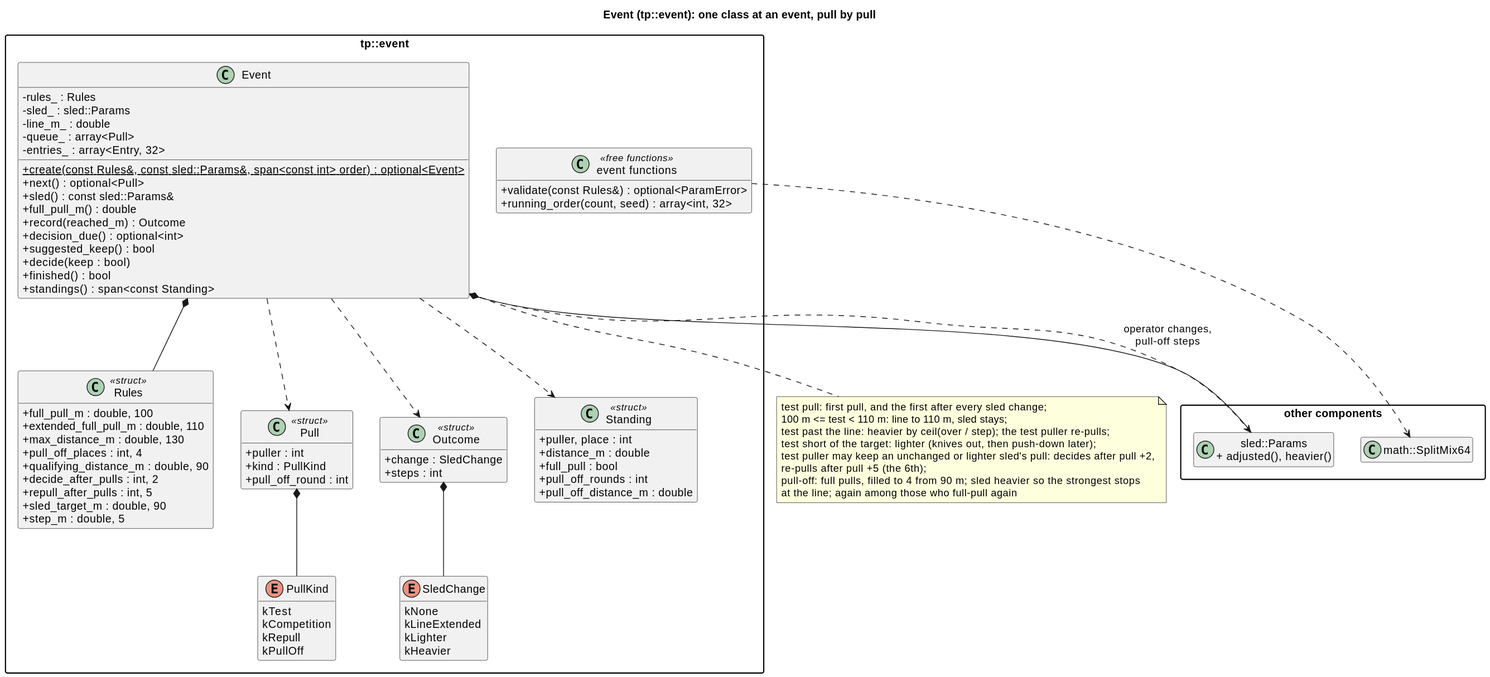
This is docs/diagrams/svg/event_classes.svg from wversteeg/TractorPulling, a PlantUML export, as it was before one commit.
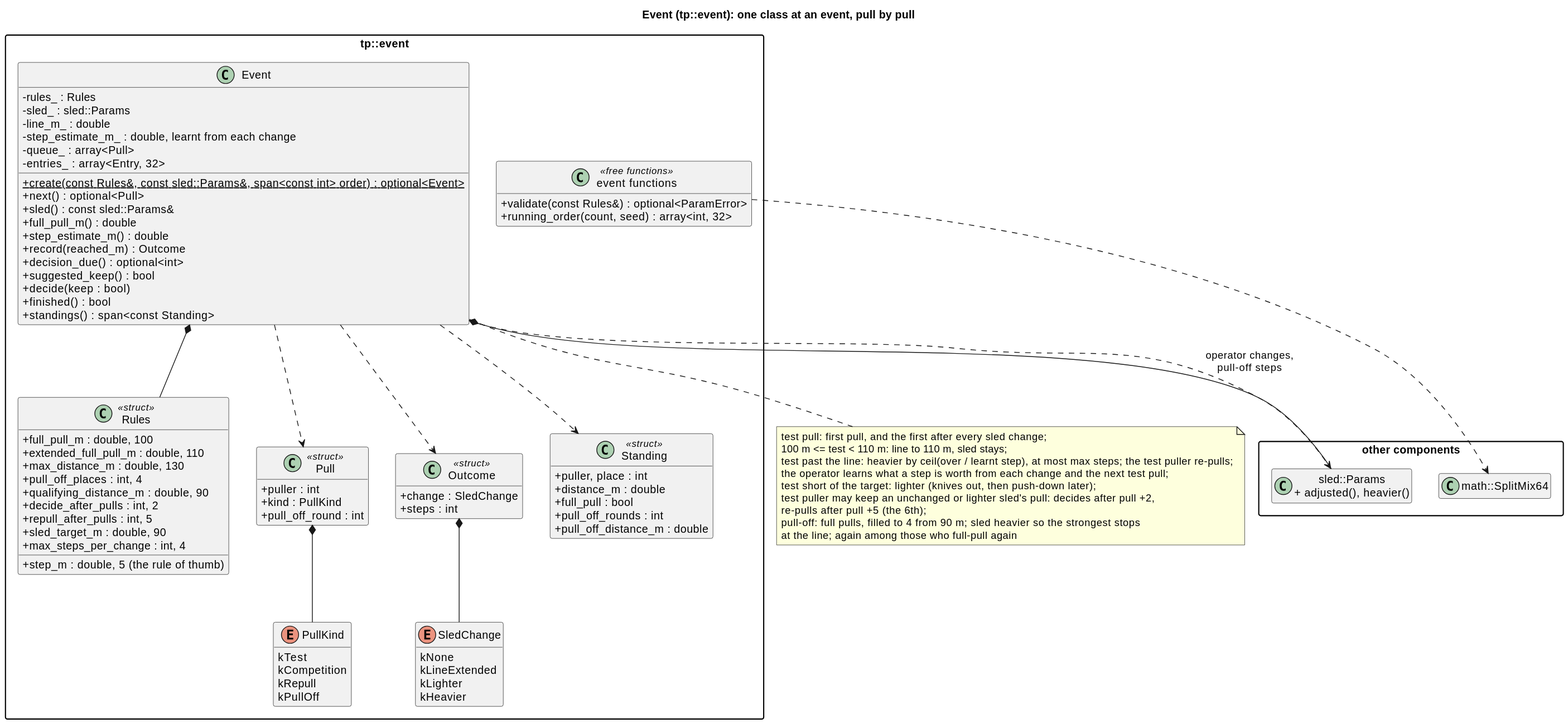
After the commit.

Commit message:
Let the sled operator learn what a sled step is worth

What changed in the source:
```diff
@@ -19,7 +19,8 @@
     +decide_after_pulls : int, 2
     +repull_after_pulls : int, 5
     +sled_target_m : double, 90
-    +step_m : double, 5
+    +step_m : double, 5 (the rule of thumb)
+    +max_steps_per_change : int, 4
   }
   class Pull <<struct>> {
     +puller : int
@@ -53,12 +54,14 @@
     -rules_ : Rules
     -sled_ : sled::Params
     -line_m_ : double
+    -step_estimate_m_ : double, learnt from each change
     -queue_ : array<Pull>
     -entries_ : array<Entry, 32>
     +{static} create(const Rules&, const sled::Params&, span<const int> order) : optional<Event>
     +next() : optional<Pull>
     +sled() : const sled::Params&
     +full_pull_m() : double
+    +step_estimate_m() : double
     +record(reached_m) : Outcome
     +decision_due() : optional<int>
     +suggested_keep() : bool
@@ -83,7 +86,8 @@
 note bottom of Event
   test pull: first pull, and the first after every sled change;
   100 m <= test < 110 m: line to 110 m, sled stays;
-  test past the line: heavier by ceil(over / step); the test puller re-pulls;
+  test past the line: heavier by ceil(over / learnt step), at most max steps; the test puller re-pulls;
+  the operator learns what a step is worth from each change and the next test pull;
   test short of the target: lighter (knives out, then push-down later);
   test puller may keep an unchanged or lighter sled's pull: decides after pull +2,
   re-pulls after pull +5 (the 6th);
```
